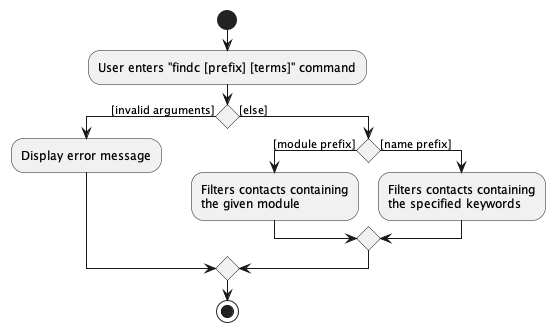
Earlier version of the PlantUML export docs/images/FindContactActivityDiagram.png (nus-cs2103-AY2223S1/tp). Its source is kept beside it as docs/diagrams/FindContactActivityDiagram.puml. Its diagram source:
```plantuml
@startuml
start

:User enters "findc [prefix] [terms]" command;

if () then ([invalid arguments])
    :Display error message;
else ([else])
    if () then ([module prefix])
        :Filters contacts containing
        the given module;
    else ([name prefix])
        :Filters contacts containing
        the specified keywords;
    endif
endif

stop
@enduml
```
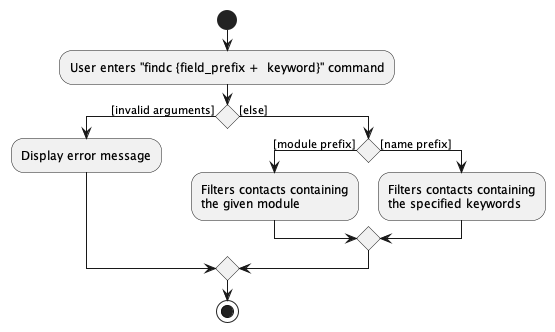
After the commit.

The edit, as a diff of the source:
```diff
@@ -1,7 +1,7 @@
 @startuml
 start
 
-:User enters "findc [prefix] [terms]" command;
+:User enters "findc {field_prefix +  keyword}" command;
 
 if () then ([invalid arguments])
     :Display error message;
```
